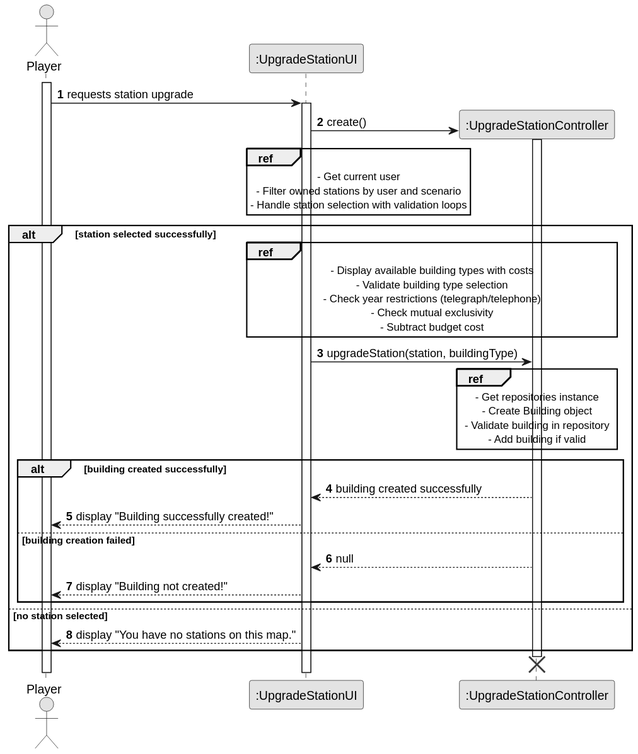
This is docs/system-documentation/US006/03.design/svg/US006-SD-split.svg from goncalolopesp/sem2-pi-24.25-g093-repo, a PlantUML export, as it was before one commit.
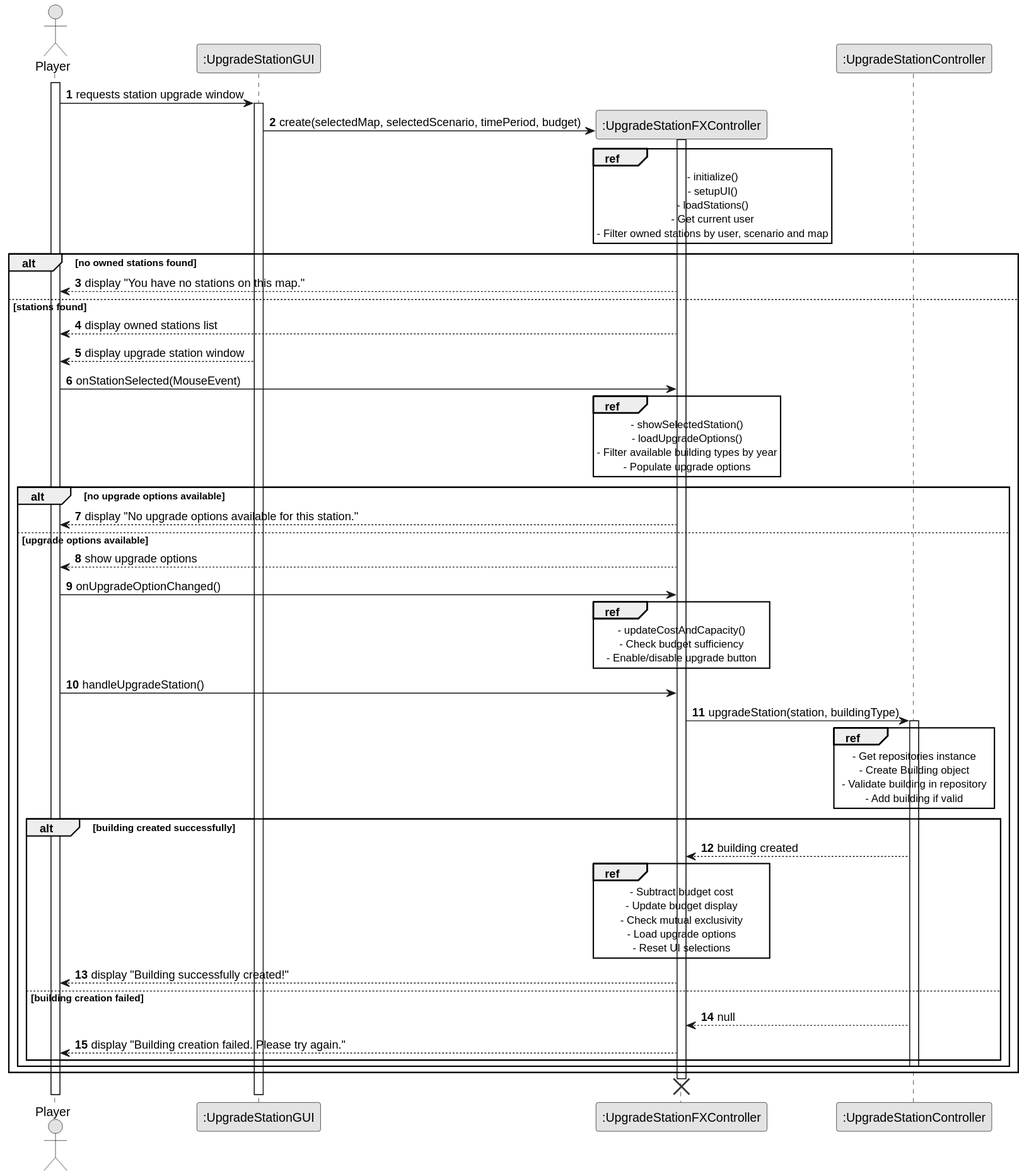
The same diagram one commit later.

The edit, as a diff of the source:
```diff
@@ -6,55 +6,91 @@
 autonumber
 
 actor "Player" as Player
-participant ":UpgradeStationUI" as UpgradeStationUI
-participant ":UpgradeStationController" as UpgradeStationController
+participant ":UpgradeStationGUI" as GUI
+participant ":UpgradeStationFXController" as Controller
+participant ":UpgradeStationController" as UpgradeController
 
 activate Player
 
-Player -> UpgradeStationUI : requests station upgrade
-activate UpgradeStationUI
+Player -> GUI : requests station upgrade window
+activate GUI
 
-create UpgradeStationController
-UpgradeStationUI -> UpgradeStationController : create()
-activate UpgradeStationController
+create Controller
+GUI -> Controller : create(selectedMap, selectedScenario, timePeriod, budget)
+activate Controller
 
-ref over UpgradeStationUI
+ref over Controller
+    - initialize()
+    - setupUI()
+    - loadStations()
     - Get current user
-    - Filter owned stations by user and scenario
-    - Handle station selection with validation loops
+    - Filter owned stations by user, scenario and map
 end ref
 
-alt station selected successfully
-    ref over UpgradeStationUI, UpgradeStationController
-        - Display available building types with costs
-        - Validate building type selection
-        - Check year restrictions (telegraph/telephone)
-        - Check mutual exclusivity
-        - Subtract budget cost
+alt no owned stations found
+    Controller --> Player : display "You have no stations on this map."
+else stations found
+    Controller --> Player : display owned stations list
+    GUI --> Player : display upgrade station window
+
+    Player -> Controller : onStationSelected(MouseEvent)
+
+    ref over Controller
+        - showSelectedStation()
+        - loadUpgradeOptions()
+        - Filter available building types by year
+        - Populate upgrade options
     end ref
 
-    UpgradeStationUI -> UpgradeStationController : upgradeStation(station, buildingType)
+    alt no upgrade options available
+        Controller --> Player : display "No upgrade options available for this station."
+    else upgrade options available
+        Controller --> Player : show upgrade options
 
-    ref over UpgradeStationController
-        - Get repositories instance
-        - Create Building object
-        - Validate building in repository
-        - Add building if valid
-    end ref
+        Player -> Controller : onUpgradeOptionChanged()
 
-    alt building created successfully
-        UpgradeStationController --> UpgradeStationUI : building created successfully
-        UpgradeStationUI --> Player : display "Building successfully created!"
-    else building creation failed
-        UpgradeStationController --> UpgradeStationUI : null
-        UpgradeStationUI --> Player : display "Building not created!"
+        ref over Controller
+            - updateCostAndCapacity()
+            - Check budget sufficiency
+            - Enable/disable upgrade button
+        end ref
+
+        Player -> Controller : handleUpgradeStation()
+
+        Controller -> UpgradeController : upgradeStation(station, buildingType)
+        activate UpgradeController
+
+        ref over UpgradeController
+            - Get repositories instance
+            - Create Building object
+            - Validate building in repository
+            - Add building if valid
+        end ref
+
+        alt building created successfully
+            UpgradeController --> Controller : building created
+
+            ref over Controller
+                - Subtract budget cost
+                - Update budget display
+                - Check mutual exclusivity
+                - Load upgrade options
+                - Reset UI selections
+            end ref
+
+            Controller --> Player : display "Building successfully created!"
+        else building creation failed
+            UpgradeController --> Controller : null
+            Controller --> Player : display "Building creation failed. Please try again."
+        end
+
+        deactivate UpgradeController
     end
-else no station selected
-    UpgradeStationUI --> Player : display "You have no stations on this map."
 end
 
-destroy UpgradeStationController
-deactivate UpgradeStationController
-deactivate UpgradeStationUI
+
+destroy Controller
+deactivate Controller
+deactivate GUI
 deactivate Player
 @enduml
```
